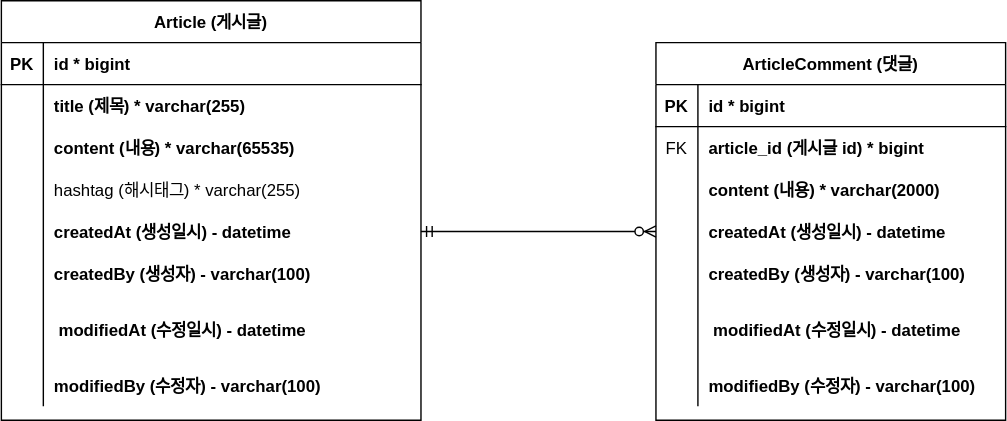
Earlier version of the draw.io export document/project-board-erd.svg (LHS-11/etc). Source tidied: cells renumbered, new cells last; positions are measured from the earlier drawing's top-left corner, leaving out a move shared by most shapes.
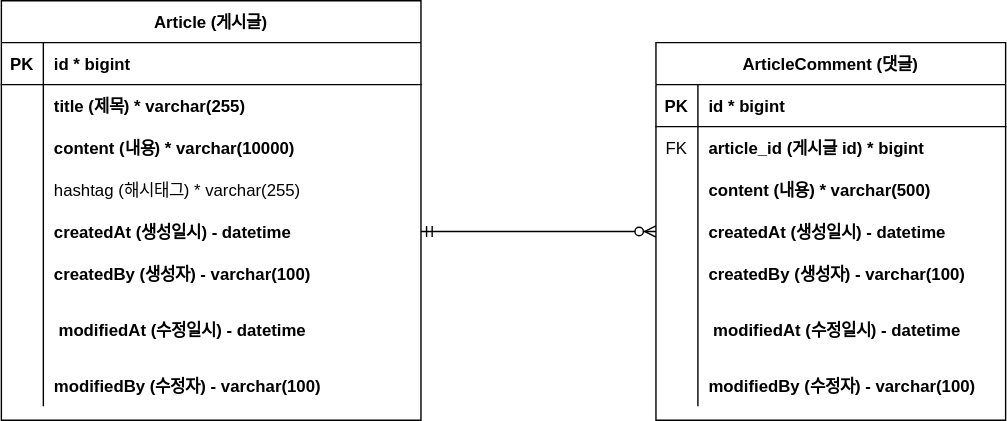
The same diagram one commit later.

Commit message:
#11 - erd 업데이트: content 사이즈 변경

The edit, as a diff of the source:
```diff
@@ -29,7 +29,7 @@
     <mxCell id="10" style="shape=partialRectangle;overflow=hidden;fillColor=none;top=0;left=0;bottom=0;right=0;" parent="9" vertex="1">
       <mxGeometry width="30" height="30" as="geometry" />
     </mxCell>
-    <mxCell id="11" value="content (내용) * varchar(65535)" style="shape=partialRectangle;overflow=hidden;fillColor=none;top=0;left=0;bottom=0;right=0;align=left;spacingLeft=6;fontStyle=1;" parent="9" vertex="1">
+    <mxCell id="11" value="content (내용) * varchar(10000)" style="shape=partialRectangle;overflow=hidden;fillColor=none;top=0;left=0;bottom=0;right=0;align=left;spacingLeft=6;fontStyle=1;" parent="9" vertex="1">
       <mxGeometry x="30" width="270" height="30" as="geometry" />
     </mxCell>
     <mxCell id="12" style="shape=partialRectangle;fillColor=none;top=0;left=0;right=0;bottom=0;" parent="2" vertex="1">
@@ -104,7 +104,7 @@
     <mxCell id="35" style="shape=partialRectangle;overflow=hidden;fillColor=none;top=0;left=0;bottom=0;right=0;" parent="34" vertex="1">
       <mxGeometry width="30" height="30" as="geometry" />
     </mxCell>
-    <mxCell id="36" value="content (내용) * varchar(2000)" style="shape=partialRectangle;overflow=hidden;fillColor=none;top=0;left=0;bottom=0;right=0;align=left;spacingLeft=6;fontStyle=1;" parent="34" vertex="1">
+    <mxCell id="36" value="content (내용) * varchar(500)" style="shape=partialRectangle;overflow=hidden;fillColor=none;top=0;left=0;bottom=0;right=0;align=left;spacingLeft=6;fontStyle=1;" parent="34" vertex="1">
       <mxGeometry x="30" width="220" height="30" as="geometry" />
     </mxCell>
     <mxCell id="37" style="shape=partialRectangle;fillColor=none;points=[[0,0.5],[1,0.5]];portConstraint=eastwest;top=0;left=0;right=0;bottom=0;" parent="27" vertex="1">
```
